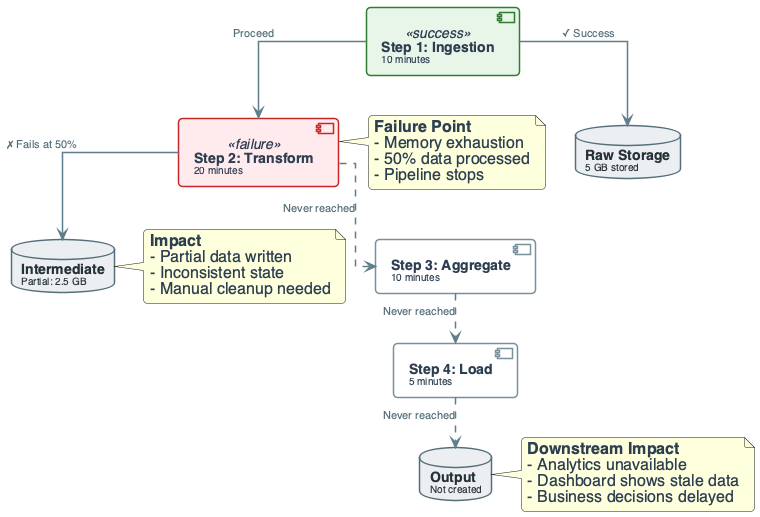
Before: diagrams/week01/week1_lecture_slide35_failure.png, a diagram exported from PlantUML (OrPerets/data-engineering-course).
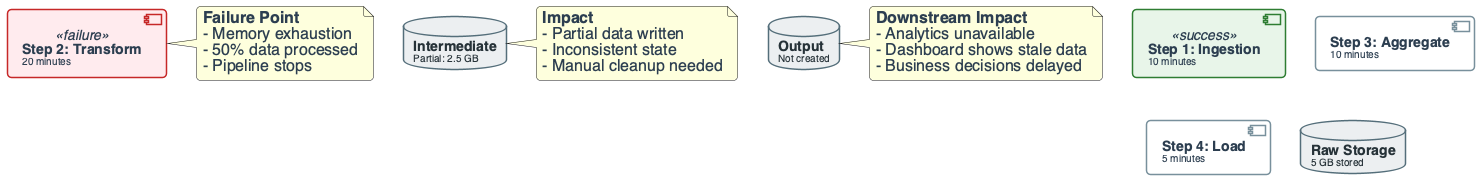
The same file after the commit.

The edit, as a diff of the source:
```diff
@@ -8,7 +8,7 @@
 skinparam nodesep 30
 skinparam ranksep 40
 
-skinparam defaultFontName "Segoe UI", "Helvetica", sans-serif
+skinparam defaultFontName "Segoe UI, Helvetica, sans-serif"
 skinparam defaultFontSize 16
 skinparam defaultFontColor #2C3E50
 
@@ -69,6 +69,44 @@
     FontColor #E65100
 }
 
+skinparam component<<Bad>> {
+    BorderColor #C62828
+    BackgroundColor #FFEBEE
+    FontColor #B71C1C
+}
+
+skinparam component<<V1>> {
+    BorderColor #F57C00
+    BackgroundColor #FFF3E0
+    FontColor #E65100
+}
+
+skinparam component<<V2>> {
+    BorderColor #2E7D32
+    BackgroundColor #E8F5E9
+    FontColor #1B5E20
+}
+
+skinparam component<<up>> {
+    BackgroundColor #E8F5E9
+    BorderColor #2E7D32
+}
+
+skinparam component<<down>> {
+    BackgroundColor #FFEBEE
+    BorderColor #C62828
+}
+
+skinparam database<<up>> {
+    BackgroundColor #E8F5E9
+    BorderColor #2E7D32
+}
+
+skinparam database<<down>> {
+    BackgroundColor #FFEBEE
+    BorderColor #C62828
+}
+
 skinparam component<<success>> {
     BackgroundColor #E8F5E9
     BorderColor #2E7D32
@@ -94,16 +132,6 @@
 
 database "**Output**\n<size:10>Not created</size>" as OUTPUT
 
-
-STEP1 --> RAW : "✓ Success"
-STEP1 --> STEP2 : "Proceed"
-
-STEP2 --> INTERMEDIATE : "✗ Fails at 50%"
-STEP2 ..> STEP3 : "Never reached"
-
-STEP3 ..> STEP4 : "Never reached"
-STEP4 ..> OUTPUT : "Never reached"
-
 note right of STEP2
   **Failure Point**
   - Memory exhaustion
```
